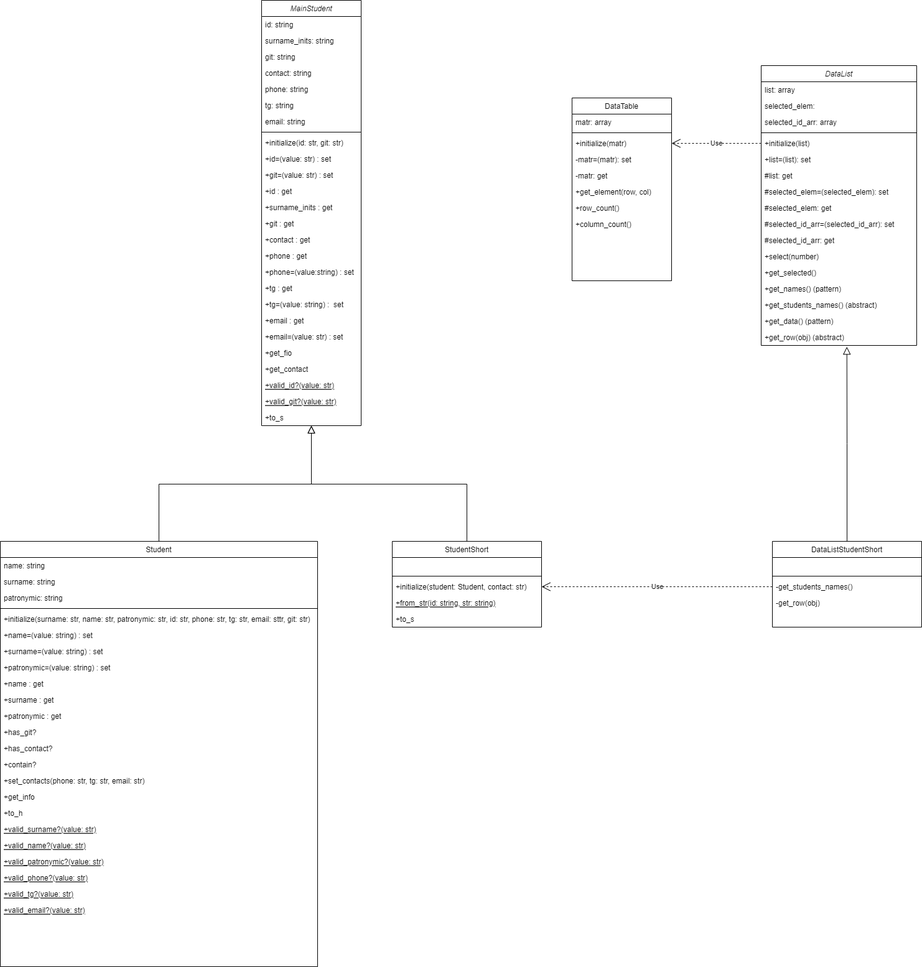
The draw.io diagram Students/ruby_student.png in SDaKko/Ruby_exercises, before a commit. Source tidied: cells renumbered, new cells last; positions are measured from the earlier drawing's top-left corner, leaving out a move shared by most shapes.
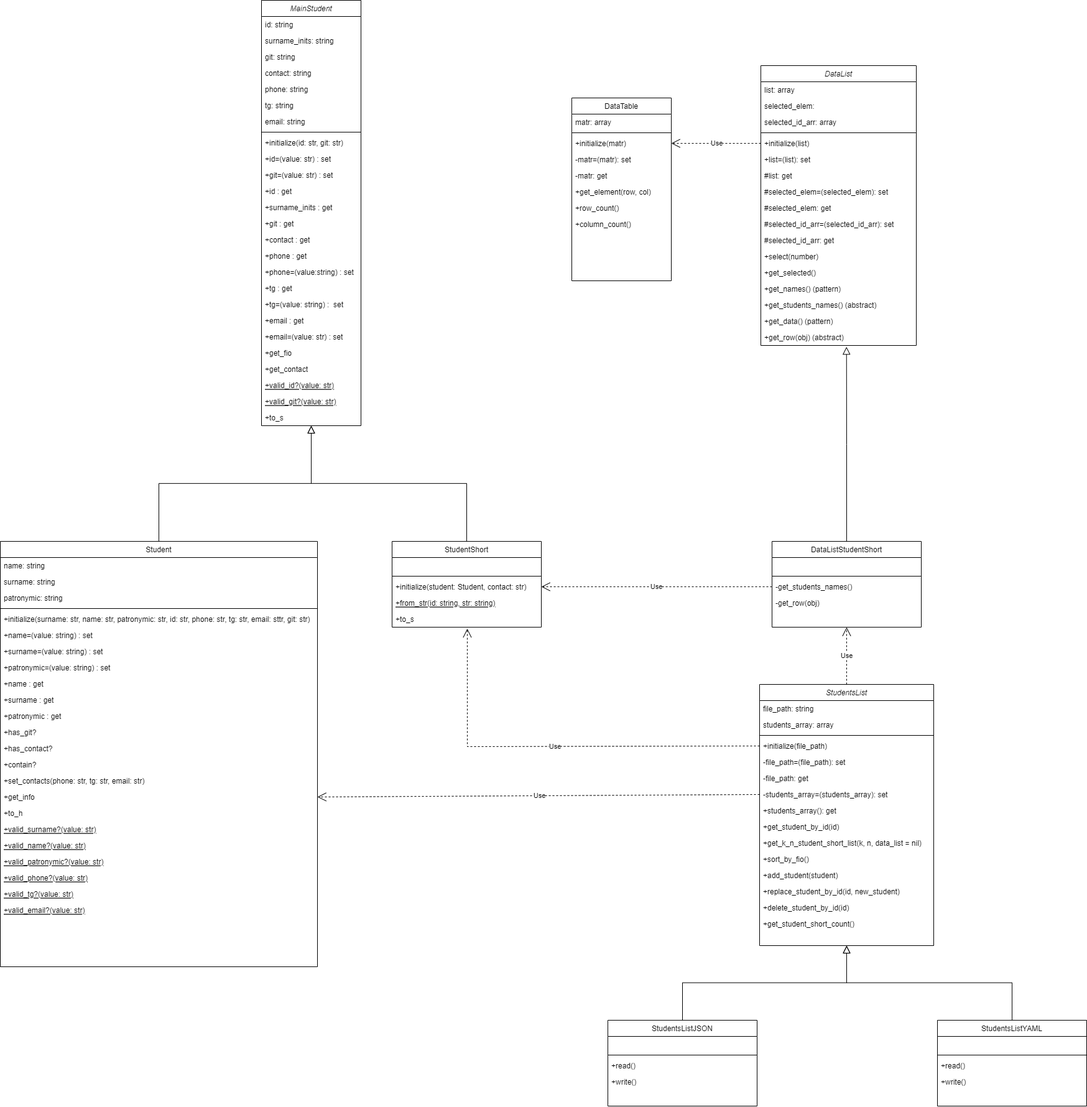
Above is the later version.

The edit, as a diff of the source:
```diff
@@ -290,5 +290,102 @@
     <mxCell id="97" value="Use" style="endArrow=open;endSize=12;dashed=1;html=1;rounded=0;exitX=0;exitY=0.5;exitDx=0;exitDy=0;entryX=1;entryY=0.5;entryDx=0;entryDy=0;" parent="1" edge="1" source="7" target="23">
       <mxGeometry relative="1" as="geometry" />
     </mxCell>
+    <mxCell id="98" value="StudentsList" style="swimlane;fontStyle=2;align=center;verticalAlign=top;horizontal=1;startSize=26;rounded=0;shadow=0;strokeWidth=1;" parent="1" vertex="1">
+      <mxGeometry x="1221" y="1100" width="280" height="420" as="geometry" />
+    </mxCell>
+    <mxCell id="99" value="file_path: string" style="text;align=left;verticalAlign=top;spacingLeft=4;spacingRight=4;overflow=hidden;" parent="98" vertex="1">
+      <mxGeometry y="26" width="280" height="26" as="geometry" />
+    </mxCell>
+    <mxCell id="100" value="students_array: array" style="text;align=left;verticalAlign=top;spacingLeft=4;spacingRight=4;overflow=hidden;rounded=0;shadow=0;html=0;" parent="98" vertex="1">
+      <mxGeometry y="52" width="280" height="26" as="geometry" />
+    </mxCell>
+    <mxCell id="101" style="line;html=1;strokeWidth=1;align=left;verticalAlign=middle;spacingTop=-1;spacingLeft=3;spacingRight=3;labelPosition=right;" parent="98" vertex="1">
+      <mxGeometry y="78" width="280" height="8" as="geometry" />
+    </mxCell>
+    <mxCell id="102" value="+initialize(file_path)" style="text;align=left;verticalAlign=top;spacingLeft=4;spacingRight=4;overflow=hidden;points=[[0,0.5],[1,0.5]];portConstraint=eastwest;" parent="98" vertex="1">
+      <mxGeometry y="86" width="280" height="26" as="geometry" />
+    </mxCell>
+    <mxCell id="103" value="-file_path=(file_path): set" style="text;align=left;verticalAlign=top;spacingLeft=4;spacingRight=4;overflow=hidden;" parent="98" vertex="1">
+      <mxGeometry y="112" width="280" height="26" as="geometry" />
+    </mxCell>
+    <mxCell id="104" value="-file_path: get" style="text;align=left;verticalAlign=top;spacingLeft=4;spacingRight=4;overflow=hidden;" parent="98" vertex="1">
+      <mxGeometry y="138" width="280" height="26" as="geometry" />
+    </mxCell>
+    <mxCell id="105" value="-students_array=(students_array): set" style="text;align=left;verticalAlign=top;spacingLeft=4;spacingRight=4;overflow=hidden;points=[[0,0.5],[1,0.5]];portConstraint=eastwest;" parent="98" vertex="1">
+      <mxGeometry y="164" width="280" height="26" as="geometry" />
+    </mxCell>
+    <mxCell id="106" value="+students_array(): get" style="text;align=left;verticalAlign=top;spacingLeft=4;spacingRight=4;overflow=hidden;" parent="98" vertex="1">
+      <mxGeometry y="190" width="280" height="26" as="geometry" />
+    </mxCell>
+    <mxCell id="107" value="+get_student_by_id(id)" style="text;align=left;verticalAlign=top;spacingLeft=4;spacingRight=4;overflow=hidden;" parent="98" vertex="1">
+      <mxGeometry y="216" width="280" height="26" as="geometry" />
+    </mxCell>
+    <mxCell id="108" value="+get_k_n_student_short_list(k, n, data_list = nil)" style="text;align=left;verticalAlign=top;spacingLeft=4;spacingRight=4;overflow=hidden;" parent="98" vertex="1">
+      <mxGeometry y="242" width="280" height="26" as="geometry" />
+    </mxCell>
+    <mxCell id="109" value="+sort_by_fio()" style="text;align=left;verticalAlign=top;spacingLeft=4;spacingRight=4;overflow=hidden;" parent="98" vertex="1">
+      <mxGeometry y="268" width="280" height="26" as="geometry" />
+    </mxCell>
+    <mxCell id="110" value="+add_student(student)" style="text;align=left;verticalAlign=top;spacingLeft=4;spacingRight=4;overflow=hidden;" parent="98" vertex="1">
+      <mxGeometry y="294" width="280" height="26" as="geometry" />
+    </mxCell>
+    <mxCell id="111" value="+replace_student_by_id(id, new_student)" style="text;align=left;verticalAlign=top;spacingLeft=4;spacingRight=4;overflow=hidden;" parent="98" vertex="1">
+      <mxGeometry y="320" width="280" height="26" as="geometry" />
+    </mxCell>
+    <mxCell id="112" value="+delete_student_by_id(id)" style="text;align=left;verticalAlign=top;spacingLeft=4;spacingRight=4;overflow=hidden;" parent="98" vertex="1">
+      <mxGeometry y="346" width="280" height="26" as="geometry" />
+    </mxCell>
+    <mxCell id="113" value="+get_student_short_count()" style="text;align=left;verticalAlign=top;spacingLeft=4;spacingRight=4;overflow=hidden;" parent="98" vertex="1">
+      <mxGeometry y="372" width="280" height="26" as="geometry" />
+    </mxCell>
+    <mxCell id="114" value="StudentsListJSON" style="swimlane;fontStyle=0;align=center;verticalAlign=top;horizontal=1;startSize=26;rounded=0;shadow=0;strokeWidth=1;" parent="1" vertex="1">
+      <mxGeometry x="977" y="1640" width="240" height="138" as="geometry" />
+    </mxCell>
+    <mxCell id="115" value=" " style="text;align=left;verticalAlign=top;spacingLeft=4;spacingRight=4;overflow=hidden;" parent="114" vertex="1">
+      <mxGeometry y="26" width="240" height="26" as="geometry" />
+    </mxCell>
+    <mxCell id="116" style="line;html=1;strokeWidth=1;align=left;verticalAlign=middle;spacingTop=-1;spacingLeft=3;spacingRight=3;labelPosition=right;" parent="114" vertex="1">
+      <mxGeometry y="52" width="240" height="8" as="geometry" />
+    </mxCell>
+    <mxCell id="117" value="+read()" style="text;align=left;verticalAlign=top;spacingLeft=4;spacingRight=4;overflow=hidden;" parent="114" vertex="1">
+      <mxGeometry y="60" width="240" height="26" as="geometry" />
+    </mxCell>
+    <mxCell id="118" value="+write()" style="text;align=left;verticalAlign=top;spacingLeft=4;spacingRight=4;overflow=hidden;fontStyle=0;" parent="114" vertex="1">
+      <mxGeometry y="86" width="240" height="26" as="geometry" />
+    </mxCell>
+    <mxCell id="119" value="StudentsListYAML" style="swimlane;fontStyle=0;align=center;verticalAlign=top;horizontal=1;startSize=26;rounded=0;shadow=0;strokeWidth=1;" parent="1" vertex="1">
+      <mxGeometry x="1507" y="1640" width="240" height="138" as="geometry" />
+    </mxCell>
+    <mxCell id="120" value=" " style="text;align=left;verticalAlign=top;spacingLeft=4;spacingRight=4;overflow=hidden;" parent="119" vertex="1">
+      <mxGeometry y="26" width="240" height="26" as="geometry" />
+    </mxCell>
+    <mxCell id="121" style="line;html=1;strokeWidth=1;align=left;verticalAlign=middle;spacingTop=-1;spacingLeft=3;spacingRight=3;labelPosition=right;" parent="119" vertex="1">
+      <mxGeometry y="52" width="240" height="8" as="geometry" />
+    </mxCell>
+    <mxCell id="122" value="+read()" style="text;align=left;verticalAlign=top;spacingLeft=4;spacingRight=4;overflow=hidden;" parent="119" vertex="1">
+      <mxGeometry y="60" width="240" height="26" as="geometry" />
+    </mxCell>
+    <mxCell id="123" value="+write()" style="text;align=left;verticalAlign=top;spacingLeft=4;spacingRight=4;overflow=hidden;" parent="119" vertex="1">
+      <mxGeometry y="86" width="240" height="26" as="geometry" />
+    </mxCell>
+    <mxCell id="124" style="endArrow=block;endSize=10;endFill=0;shadow=0;strokeWidth=1;rounded=0;edgeStyle=elbowEdgeStyle;elbow=vertical;exitX=0.5;exitY=0;exitDx=0;exitDy=0;entryX=0.5;entryY=1;entryDx=0;entryDy=0;" parent="1" edge="1" source="114" target="98">
+      <mxGeometry relative="1" as="geometry" />
+    </mxCell>
+    <mxCell id="125" style="endArrow=block;endSize=10;endFill=0;shadow=0;strokeWidth=1;rounded=0;edgeStyle=elbowEdgeStyle;elbow=vertical;exitX=0.5;exitY=0;exitDx=0;exitDy=0;entryX=0.5;entryY=1;entryDx=0;entryDy=0;" parent="1" edge="1" source="119" target="98">
+      <mxGeometry relative="1" as="geometry" />
+    </mxCell>
+    <mxCell id="126" value="Use" style="endArrow=open;endSize=12;dashed=1;html=1;rounded=0;exitX=0;exitY=0.5;exitDx=0;exitDy=0;entryX=1;entryY=0.5;entryDx=0;entryDy=0;" parent="1" edge="1" source="105" target="80">
+      <mxGeometry relative="1" as="geometry" />
+    </mxCell>
+    <mxCell id="127" value="Use" style="endArrow=open;endSize=12;dashed=1;html=1;rounded=0;entryX=0.504;entryY=1.087;entryDx=0;entryDy=0;entryPerimeter=0;exitX=0;exitY=0.5;exitDx=0;exitDy=0;" parent="1" edge="1" source="102" target="95">
+      <mxGeometry relative="1" as="geometry">
+        <Array as="points">
+          <mxPoint x="751" y="1200" />
+        </Array>
+      </mxGeometry>
+    </mxCell>
+    <mxCell id="128" value="Use" style="endArrow=open;endSize=12;dashed=1;html=1;rounded=0;exitX=0.5;exitY=0;exitDx=0;exitDy=0;entryX=0.5;entryY=1;entryDx=0;entryDy=0;" parent="1" edge="1" source="98" target="32">
+      <mxGeometry relative="1" as="geometry" />
+    </mxCell>
   </root>
 </mxGraphModel>
```
